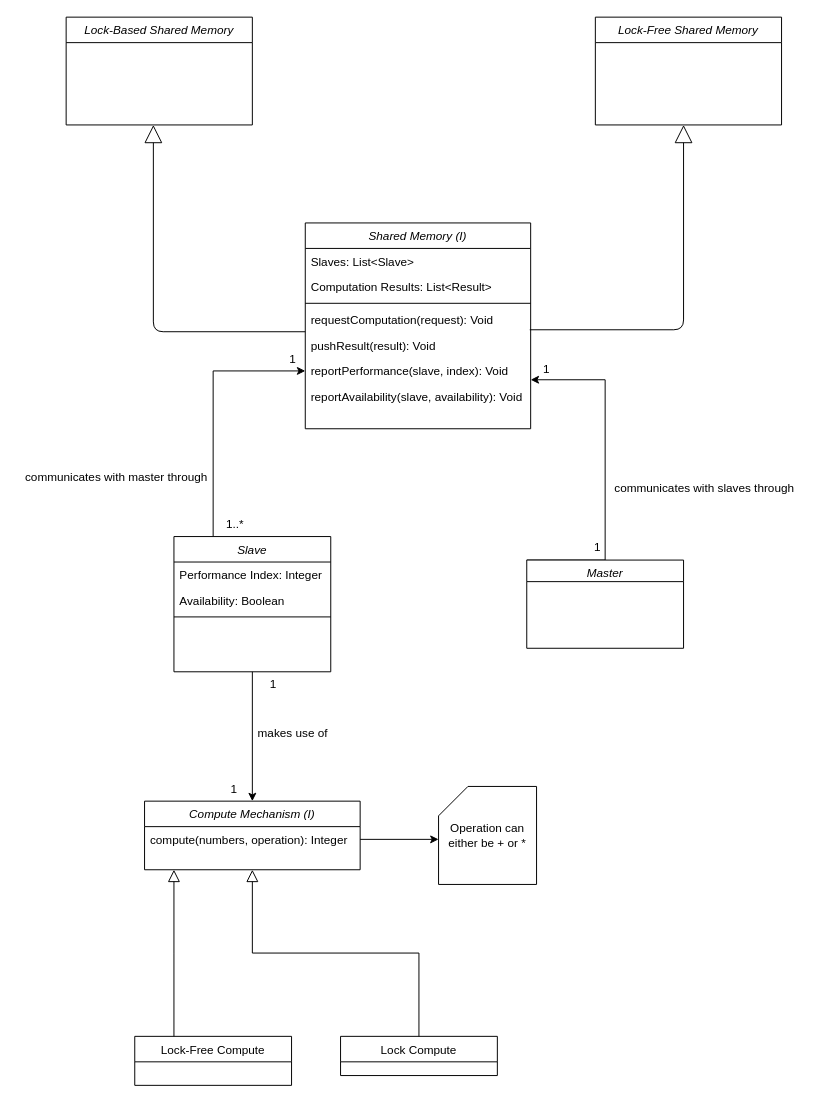
Before: domain.drawio in freitzzz/SOCOF19-20-G5, a draw.io diagram. Source tidied: cells renumbered, new cells numbered last; positions are measured from the earlier drawing's top-left corner, leaving out a move shared by most shapes. Both pictures are drawn from the tidied source at 98%, with x=0, y=0 at pixel (66, 17).
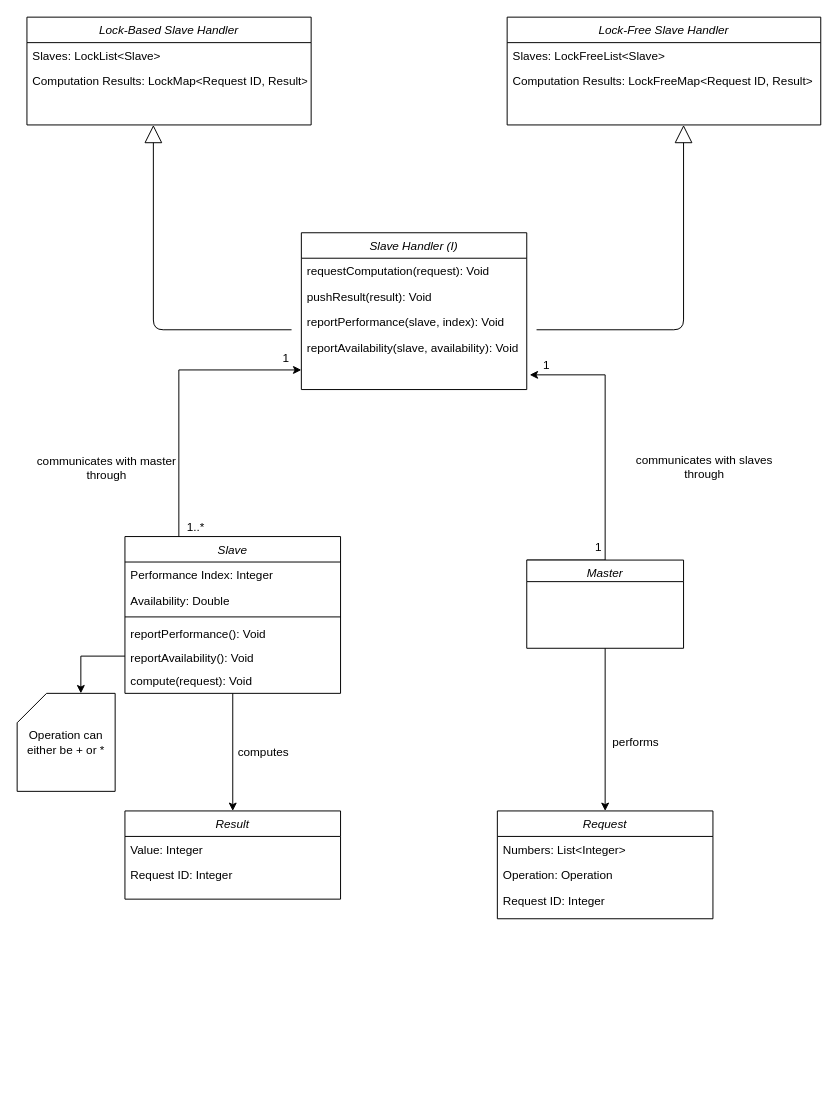
After the change.

Commit message:
Updated domain model with concepts of request, result and renamed shared memory to slave handler

Diff of the diagram source:
```diff
@@
-    <mxCell id="2" value="Compute Mechanism (I)" style="swimlane;fontStyle=2;align=center;verticalAlign=top;horizontal=1;startSize=26;rounded=0;shadow=0;strokeWidth=1;" parent="1" vertex="1">
-      <mxGeometry x="80" y="800" width="220" height="70" as="geometry" />
-    </mxCell>
-    <mxCell id="3" value="compute(numbers, operation): Integer" style="text;align=left;verticalAlign=top;spacingLeft=4;spacingRight=4;overflow=hidden;points=[[0,0.5],[1,0.5]];portConstraint=eastwest;" parent="2" vertex="1">
-      <mxGeometry y="26" width="220" height="26" as="geometry" />
-    </mxCell>
-    <mxCell id="4" value="Lock-Free Compute" style="swimlane;fontStyle=0;align=center;verticalAlign=top;horizontal=1;startSize=26;rounded=0;shadow=0;strokeWidth=1;" parent="1" vertex="1">
-      <mxGeometry x="70" y="1040" width="160" height="50" as="geometry" />
-    </mxCell>
-    <mxCell id="5" style="endArrow=block;endSize=10;endFill=0;shadow=0;strokeWidth=1;rounded=0;edgeStyle=elbowEdgeStyle;elbow=vertical;" parent="1" edge="1" source="4" target="2">
-      <mxGeometry relative="1" as="geometry">
-        <Array as="points">
-          <mxPoint x="110" y="955" />
-        </Array>
-      </mxGeometry>
-    </mxCell>
-    <mxCell id="6" value="Lock Compute" style="swimlane;fontStyle=0;align=center;verticalAlign=top;horizontal=1;startSize=26;rounded=0;shadow=0;strokeWidth=1;" parent="1" vertex="1">
-      <mxGeometry x="280" y="1040" width="160" height="40" as="geometry" />
-    </mxCell>
-    <mxCell id="7" style="endArrow=block;endSize=10;endFill=0;shadow=0;strokeWidth=1;rounded=0;edgeStyle=elbowEdgeStyle;elbow=vertical;" parent="1" edge="1" source="6" target="2">
-      <mxGeometry relative="1" as="geometry" />
-    </mxCell>
-    <mxCell id="8" style="edgeStyle=orthogonalEdgeStyle;rounded=0;jettySize=auto;html=1;" parent="1" edge="1" source="16" target="2">
-      <mxGeometry relative="1" as="geometry" />
-    </mxCell>
-    <mxCell id="9" value="makes use of" style="text;html=1;align=center;verticalAlign=middle;" parent="8" vertex="1">
-      <mxGeometry x="-0.27" y="4" relative="1" as="geometry">
-        <mxPoint x="36" y="14" as="offset" />
-      </mxGeometry>
-    </mxCell>
-    <mxCell id="10" value="1" style="text;html=1;align=center;verticalAlign=middle;" parent="8" vertex="1">
-      <mxGeometry x="-0.77" y="2" relative="1" as="geometry">
-        <mxPoint x="18" y="-3" as="offset" />
-      </mxGeometry>
-    </mxCell>
-    <mxCell id="11" value="1" style="text;html=1;align=center;verticalAlign=middle;" parent="8" vertex="1">
-      <mxGeometry x="0.8" y="4" relative="1" as="geometry">
-        <mxPoint x="-24" as="offset" />
-      </mxGeometry>
-    </mxCell>
-    <mxCell id="12" style="edgeStyle=orthogonalEdgeStyle;rounded=0;jettySize=auto;html=1;exitX=0.25;exitY=0;exitDx=0;exitDy=0;entryX=0;entryY=0.5;entryDx=0;entryDy=0;" parent="1" edge="1" source="16" target="36">
+    <mxCell id="12" style="edgeStyle=orthogonalEdgeStyle;rounded=0;jettySize=auto;html=1;exitX=0.25;exitY=0;exitDx=0;exitDy=0;" parent="1" edge="1" source="16">
       <mxGeometry relative="1" as="geometry">
+        <mxPoint x="240" y="360" as="targetPoint" />
         <Array as="points">
-          <mxPoint x="150" y="361" />
+          <mxPoint x="115" y="360" />
         </Array>
       </mxGeometry>
     </mxCell>
@@
     <mxCell id="14" value="1..*" style="text;html=1;align=center;verticalAlign=middle;" parent="12" vertex="1">
       <mxGeometry x="0.32" y="-156" relative="1" as="geometry">
-        <mxPoint x="16" as="offset" />
+        <mxPoint x="-8.6" y="4" as="offset" />
       </mxGeometry>
     </mxCell>
-    <mxCell id="15" value="communicates with master through" style="text;html=1;align=center;verticalAlign=middle;" parent="12" vertex="1">
+    <mxCell id="15" value="communicates with master &lt;br&gt;through" style="text;html=1;align=center;verticalAlign=middle;" parent="12" vertex="1">
       <mxGeometry x="-0.19" y="-1" relative="1" as="geometry">
-        <mxPoint x="-101" y="46" as="offset" />
+        <mxPoint x="-76" y="48.3" as="offset" />
       </mxGeometry>
     </mxCell>
+    <mxCell id="20" style="edgeStyle=orthogonalEdgeStyle;rounded=0;jettySize=auto;html=1;exitX=0;exitY=0;exitDx=0;exitDy=0;" parent="1" edge="1" source="24">
+      <mxGeometry relative="1" as="geometry">
+        <mxPoint x="473" y="365" as="targetPoint" />
+        <Array as="points">
+          <mxPoint x="550" y="554" />
+          <mxPoint x="550" y="365" />
+        </Array>
+      </mxGeometry>
+    </mxCell>
+    <mxCell id="21" value="communicates with slaves &lt;br&gt;through" style="text;html=1;align=center;verticalAlign=middle;" parent="20" vertex="1">
+      <mxGeometry x="0.12" y="-1" relative="1" as="geometry">
+        <mxPoint x="99" y="18.5" as="offset" />
+      </mxGeometry>
+    </mxCell>
+    <mxCell id="22" value="1" style="text;html=1;align=center;verticalAlign=middle;" parent="20" vertex="1">
+      <mxGeometry x="0.86" y="2" relative="1" as="geometry">
+        <mxPoint x="-8" y="-12" as="offset" />
+      </mxGeometry>
+    </mxCell>
+    <mxCell id="23" value="1" style="text;html=1;align=center;verticalAlign=middle;" parent="20" vertex="1">
+      <mxGeometry x="-0.55" y="19" relative="1" as="geometry">
+        <mxPoint x="-6" y="5" as="offset" />
+      </mxGeometry>
+    </mxCell>
+    <mxCell id="39" style="edgeStyle=orthogonalEdgeStyle;rounded=0;jettySize=auto;html=1;exitX=0.5;exitY=1;exitDx=0;exitDy=0;entryX=0.5;entryY=0;entryDx=0;entryDy=0;" parent="1" edge="1" source="24" target="47">
+      <mxGeometry relative="1" as="geometry" />
+    </mxCell>
+    <mxCell id="40" value="performs" style="text;html=1;align=center;verticalAlign=middle;" parent="39" vertex="1">
+      <mxGeometry x="-0.19" y="-1" relative="1" as="geometry">
+        <mxPoint x="31" y="28.6" as="offset" />
+      </mxGeometry>
+    </mxCell>
+    <mxCell id="24" value="Master" style="swimlane;fontStyle=2;align=center;verticalAlign=top;horizontal=1;startSize=22;rounded=0;shadow=0;strokeWidth=1;" parent="1" vertex="1">
+      <mxGeometry x="470" y="554" width="160" height="90" as="geometry" />
+    </mxCell>
+    <mxCell id="25" value="Operation can either be + or *" style="shape=card;whiteSpace=wrap;html=1;" parent="1" vertex="1">
+      <mxGeometry x="-50" y="690" width="100" height="100" as="geometry" />
+    </mxCell>
+    <mxCell id="28" style="endArrow=block;endSize=16;endFill=0;html=1;" parent="1" edge="1">
+      <mxGeometry x="0.05" y="-37" relative="1" as="geometry">
+        <mxPoint x="230" y="319" as="sourcePoint" />
+        <mxPoint x="89" y="110" as="targetPoint" />
+        <Array as="points">
+          <mxPoint x="89" y="319" />
+        </Array>
+        <mxPoint x="-62" y="-27" as="offset" />
+      </mxGeometry>
+    </mxCell>
+    <mxCell id="29" style="endArrow=block;endSize=16;endFill=0;html=1;" parent="1" edge="1">
+      <mxGeometry x="0.05" y="-37" relative="1" as="geometry">
+        <mxPoint x="480" y="319" as="sourcePoint" />
+        <mxPoint x="630" y="110" as="targetPoint" />
+        <Array as="points">
+          <mxPoint x="630" y="319" />
+        </Array>
+        <mxPoint x="-62" y="-27" as="offset" />
+      </mxGeometry>
+    </mxCell>
+    <mxCell id="41" style="edgeStyle=orthogonalEdgeStyle;rounded=0;jettySize=auto;html=1;entryX=0;entryY=0;entryDx=65;entryDy=0;entryPerimeter=0;exitX=0;exitY=0.5;exitDx=0;exitDy=0;" parent="1" edge="1" source="45" target="25">
+      <mxGeometry relative="1" as="geometry" />
+    </mxCell>
+    <mxCell id="42" style="edgeStyle=orthogonalEdgeStyle;rounded=0;jettySize=auto;html=1;exitX=0.5;exitY=1;exitDx=0;exitDy=0;entryX=0.5;entryY=0;entryDx=0;entryDy=0;" parent="1" edge="1" source="16" target="51">
+      <mxGeometry relative="1" as="geometry" />
+    </mxCell>
+    <mxCell id="43" value="computes" style="text;html=1;align=center;verticalAlign=middle;" parent="42" vertex="1">
+      <mxGeometry x="-0.18" relative="1" as="geometry">
+        <mxPoint x="30" y="10.5" as="offset" />
+      </mxGeometry>
+    </mxCell>
     <mxCell id="16" value="Slave" style="swimlane;fontStyle=2;align=center;verticalAlign=top;horizontal=1;startSize=26;rounded=0;shadow=0;strokeWidth=1;" parent="1" vertex="1">
-      <mxGeometry x="110" y="530" width="160" height="138" as="geometry" />
+      <mxGeometry x="60" y="530" width="220" height="160" as="geometry" />
     </mxCell>
     <mxCell id="17" value="Performance Index: Integer" style="text;align=left;verticalAlign=top;spacingLeft=4;spacingRight=4;overflow=hidden;" parent="16" vertex="1">
-      <mxGeometry y="26" width="160" height="26" as="geometry" />
+      <mxGeometry y="26" width="220" height="26" as="geometry" />
     </mxCell>
-    <mxCell id="18" value="Availability: Boolean" style="text;align=left;verticalAlign=top;spacingLeft=4;spacingRight=4;overflow=hidden;rounded=0;shadow=0;html=0;" parent="16" vertex="1">
-      <mxGeometry y="52" width="160" height="26" as="geometry" />
+    <mxCell id="18" value="Availability: Double" style="text;align=left;verticalAlign=top;spacingLeft=4;spacingRight=4;overflow=hidden;rounded=0;shadow=0;html=0;" parent="16" vertex="1">
+      <mxGeometry y="52" width="220" height="26" as="geometry" />
     </mxCell>
     <mxCell id="19" style="line;html=1;strokeWidth=1;align=left;verticalAlign=middle;spacingTop=-1;spacingLeft=3;spacingRight=3;labelPosition=right;" parent="16" vertex="1">
-      <mxGeometry y="78" width="160" height="8" as="geometry" />
+      <mxGeometry y="78" width="220" height="8" as="geometry" />
     </mxCell>
-    <mxCell id="20" style="edgeStyle=orthogonalEdgeStyle;rounded=0;jettySize=auto;html=1;exitX=0;exitY=0;exitDx=0;exitDy=0;entryX=1;entryY=0.846;entryDx=0;entryDy=0;entryPerimeter=0;" parent="1" edge="1" source="24" target="36">
-      <mxGeometry relative="1" as="geometry">
-        <Array as="points">
-          <mxPoint x="550" y="554" />
-          <mxPoint x="550" y="370" />
-        </Array>
-      </mxGeometry>
-    </mxCell>
-    <mxCell id="21" value="communicates with slaves through" style="text;html=1;align=center;verticalAlign=middle;" parent="20" vertex="1">
-      <mxGeometry x="0.12" y="-1" relative="1" as="geometry">
-        <mxPoint x="99" y="36" as="offset" />
-      </mxGeometry>
-    </mxCell>
-    <mxCell id="22" value="1" style="text;html=1;align=center;verticalAlign=middle;" parent="20" vertex="1">
-      <mxGeometry x="0.86" y="2" relative="1" as="geometry">
-        <mxPoint x="-8" y="-12" as="offset" />
-      </mxGeometry>
-    </mxCell>
-    <mxCell id="23" value="1" style="text;html=1;align=center;verticalAlign=middle;" parent="20" vertex="1">
-      <mxGeometry x="-0.55" y="19" relative="1" as="geometry">
-        <mxPoint x="-6" y="5" as="offset" />
-      </mxGeometry>
-    </mxCell>
-    <mxCell id="24" value="Master" style="swimlane;fontStyle=2;align=center;verticalAlign=top;horizontal=1;startSize=22;rounded=0;shadow=0;strokeWidth=1;" parent="1" vertex="1">
-      <mxGeometry x="470" y="554" width="160" height="90" as="geometry" />
-    </mxCell>
-    <mxCell id="25" value="Operation can either be + or *" style="shape=card;whiteSpace=wrap;html=1;" parent="1" vertex="1">
-      <mxGeometry x="380" y="785" width="100" height="100" as="geometry" />
-    </mxCell>
-    <mxCell id="26" style="edgeStyle=orthogonalEdgeStyle;rounded=0;jettySize=auto;html=1;entryX=0;entryY=0.54;entryDx=0;entryDy=0;entryPerimeter=0;" parent="1" edge="1" source="3" target="25">
-      <mxGeometry relative="1" as="geometry" />
-    </mxCell>
-    <mxCell id="27" value="Lock-Based Shared Memory" style="swimlane;fontStyle=2;align=center;verticalAlign=top;horizontal=1;startSize=26;rounded=0;shadow=0;strokeWidth=1;" parent="1" vertex="1">
-      <mxGeometry width="190" height="110" as="geometry" />
-    </mxCell>
-    <mxCell id="28" style="endArrow=block;endSize=16;endFill=0;html=1;exitX=0;exitY=0.962;exitDx=0;exitDy=0;exitPerimeter=0;" parent="1" edge="1" source="34">
-      <mxGeometry x="0.05" y="-37" relative="1" as="geometry">
-        <mxPoint x="89" y="110" as="targetPoint" />
-        <Array as="points">
-          <mxPoint x="89" y="321" />
-        </Array>
-        <mxPoint x="-62" y="-27" as="offset" />
-      </mxGeometry>
-    </mxCell>
-    <mxCell id="29" style="endArrow=block;endSize=16;endFill=0;html=1;exitX=0.996;exitY=0.885;exitDx=0;exitDy=0;exitPerimeter=0;" parent="1" edge="1" source="34">
-      <mxGeometry x="0.05" y="-37" relative="1" as="geometry">
-        <mxPoint x="630" y="110" as="targetPoint" />
-        <Array as="points">
-          <mxPoint x="630" y="319" />
-        </Array>
-        <mxPoint x="-62" y="-27" as="offset" />
-      </mxGeometry>
-    </mxCell>
+    <mxCell id="44" value="reportPerformance(): Void" style="text;align=left;verticalAlign=top;spacingLeft=4;spacingRight=4;overflow=hidden;rounded=0;shadow=0;html=0;" parent="16" vertex="1">
+      <mxGeometry y="86" width="220" height="24" as="geometry" />
+    </mxCell>
+    <mxCell id="45" value="reportAvailability(): Void" style="text;align=left;verticalAlign=top;spacingLeft=4;spacingRight=4;overflow=hidden;points=[[0,0.5],[1,0.5]];portConstraint=eastwest;rounded=0;shadow=0;html=0;" parent="16" vertex="1">
+      <mxGeometry y="110" width="220" height="24" as="geometry" />
+    </mxCell>
+    <mxCell id="46" value="compute(request): Void" style="text;align=left;verticalAlign=top;spacingLeft=4;spacingRight=4;overflow=hidden;rounded=0;shadow=0;html=0;" parent="16" vertex="1">
+      <mxGeometry y="134" width="220" height="24" as="geometry" />
+    </mxCell>
-    <mxCell id="30" value="Shared Memory (I)" style="swimlane;fontStyle=2;align=center;verticalAlign=top;horizontal=1;startSize=26;rounded=0;shadow=0;strokeWidth=1;" parent="1" vertex="1">
-      <mxGeometry x="244" y="210" width="230" height="210" as="geometry" />
+    <mxCell id="30" value="Slave Handler (I)" style="swimlane;fontStyle=2;align=center;verticalAlign=top;horizontal=1;startSize=26;rounded=0;shadow=0;strokeWidth=1;" parent="1" vertex="1">
+      <mxGeometry x="240" y="220" width="230" height="160" as="geometry" />
     </mxCell>
-    <mxCell id="31" value="Slaves: List&lt;Slave&gt;" style="text;align=left;verticalAlign=top;spacingLeft=4;spacingRight=4;overflow=hidden;" parent="30" vertex="1">
-      <mxGeometry y="26" width="230" height="26" as="geometry" />
-    </mxCell>
-    <mxCell id="32" value="Computation Results: List&lt;Result&gt;" style="text;align=left;verticalAlign=top;spacingLeft=4;spacingRight=4;overflow=hidden;rounded=0;shadow=0;html=0;" parent="30" vertex="1">
-      <mxGeometry y="52" width="230" height="26" as="geometry" />
-    </mxCell>
-    <mxCell id="33" style="line;html=1;strokeWidth=1;align=left;verticalAlign=middle;spacingTop=-1;spacingLeft=3;spacingRight=3;labelPosition=right;" parent="30" vertex="1">
-      <mxGeometry y="78" width="230" height="8" as="geometry" />
-    </mxCell>
     <mxCell id="34" value="requestComputation(request): Void" style="text;align=left;verticalAlign=top;spacingLeft=4;spacingRight=4;overflow=hidden;points=[[0,0.5],[1,0.5]];portConstraint=eastwest;rounded=0;shadow=0;html=0;" parent="30" vertex="1">
-      <mxGeometry y="86" width="230" height="26" as="geometry" />
+      <mxGeometry y="26" width="230" height="26" as="geometry" />
     </mxCell>
     <mxCell id="35" value="pushResult(result): Void" style="text;align=left;verticalAlign=top;spacingLeft=4;spacingRight=4;overflow=hidden;rounded=0;shadow=0;html=0;" parent="30" vertex="1">
-      <mxGeometry y="112" width="230" height="26" as="geometry" />
+      <mxGeometry y="52" width="230" height="26" as="geometry" />
     </mxCell>
     <mxCell id="36" value="reportPerformance(slave, index): Void" style="text;align=left;verticalAlign=top;spacingLeft=4;spacingRight=4;overflow=hidden;points=[[0,0.5],[1,0.5]];portConstraint=eastwest;rounded=0;shadow=0;html=0;" parent="30" vertex="1">
-      <mxGeometry y="138" width="230" height="26" as="geometry" />
+      <mxGeometry y="78" width="230" height="26" as="geometry" />
     </mxCell>
     <mxCell id="37" value="reportAvailability(slave, availability): Void" style="text;align=left;verticalAlign=top;spacingLeft=4;spacingRight=4;overflow=hidden;rounded=0;shadow=0;html=0;" parent="30" vertex="1">
-      <mxGeometry y="164" width="230" height="26" as="geometry" />
+      <mxGeometry y="104" width="230" height="26" as="geometry" />
     </mxCell>
+    <mxCell id="47" value="Request" style="swimlane;fontStyle=2;align=center;verticalAlign=top;horizontal=1;startSize=26;rounded=0;shadow=0;strokeWidth=1;" parent="1" vertex="1">
+      <mxGeometry x="440" y="810" width="220" height="110" as="geometry" />
+    </mxCell>
+    <mxCell id="48" value="Numbers: List&lt;Integer&gt;" style="text;align=left;verticalAlign=top;spacingLeft=4;spacingRight=4;overflow=hidden;" parent="47" vertex="1">
+      <mxGeometry y="26" width="220" height="26" as="geometry" />
+    </mxCell>
+    <mxCell id="49" value="Operation: Operation" style="text;align=left;verticalAlign=top;spacingLeft=4;spacingRight=4;overflow=hidden;rounded=0;shadow=0;html=0;" parent="47" vertex="1">
+      <mxGeometry y="52" width="220" height="26" as="geometry" />
+    </mxCell>
+    <mxCell id="50" value="Request ID: Integer" style="text;align=left;verticalAlign=top;spacingLeft=4;spacingRight=4;overflow=hidden;rounded=0;shadow=0;html=0;" parent="47" vertex="1">
+      <mxGeometry y="78" width="220" height="26" as="geometry" />
+    </mxCell>
+    <mxCell id="51" value="Result" style="swimlane;fontStyle=2;align=center;verticalAlign=top;horizontal=1;startSize=26;rounded=0;shadow=0;strokeWidth=1;" parent="1" vertex="1">
+      <mxGeometry x="60" y="810" width="220" height="90" as="geometry" />
+    </mxCell>
+    <mxCell id="52" value="Value: Integer" style="text;align=left;verticalAlign=top;spacingLeft=4;spacingRight=4;overflow=hidden;" parent="51" vertex="1">
+      <mxGeometry y="26" width="220" height="26" as="geometry" />
+    </mxCell>
+    <mxCell id="53" value="Request ID: Integer" style="text;align=left;verticalAlign=top;spacingLeft=4;spacingRight=4;overflow=hidden;rounded=0;shadow=0;html=0;" parent="51" vertex="1">
+      <mxGeometry y="52" width="220" height="26" as="geometry" />
+    </mxCell>
+    <mxCell id="27" value="Lock-Based Slave Handler" style="swimlane;fontStyle=2;align=center;verticalAlign=top;horizontal=1;startSize=26;rounded=0;shadow=0;strokeWidth=1;" parent="1" vertex="1">
+      <mxGeometry x="-40" width="290" height="110" as="geometry" />
+    </mxCell>
+    <mxCell id="54" value="Slaves: LockList&lt;Slave&gt;" style="text;align=left;verticalAlign=top;spacingLeft=4;spacingRight=4;overflow=hidden;" parent="27" vertex="1">
+      <mxGeometry y="26" width="290" height="26" as="geometry" />
+    </mxCell>
+    <mxCell id="55" value="Computation Results: LockMap&lt;Request ID, Result&gt;" style="text;align=left;verticalAlign=top;spacingLeft=4;spacingRight=4;overflow=hidden;rounded=0;shadow=0;html=0;" parent="27" vertex="1">
+      <mxGeometry y="52" width="290" height="26" as="geometry" />
+    </mxCell>
-    <mxCell id="38" value="Lock-Free Shared Memory" style="swimlane;fontStyle=2;align=center;verticalAlign=top;horizontal=1;startSize=26;rounded=0;shadow=0;strokeWidth=1;" parent="1" vertex="1">
-      <mxGeometry x="540" width="190" height="110" as="geometry" />
+    <mxCell id="38" value="Lock-Free Slave Handler" style="swimlane;fontStyle=2;align=center;verticalAlign=top;horizontal=1;startSize=26;rounded=0;shadow=0;strokeWidth=1;" parent="1" vertex="1">
+      <mxGeometry x="450" width="320" height="110" as="geometry" />
     </mxCell>
+    <mxCell id="56" value="Slaves: LockFreeList&lt;Slave&gt;" style="text;align=left;verticalAlign=top;spacingLeft=4;spacingRight=4;overflow=hidden;" parent="38" vertex="1">
+      <mxGeometry y="26" width="320" height="26" as="geometry" />
+    </mxCell>
+    <mxCell id="57" value="Computation Results: LockFreeMap&lt;Request ID, Result&gt;" style="text;align=left;verticalAlign=top;spacingLeft=4;spacingRight=4;overflow=hidden;rounded=0;shadow=0;html=0;" parent="38" vertex="1">
+      <mxGeometry y="52" width="320" height="26" as="geometry" />
+    </mxCell>
```
